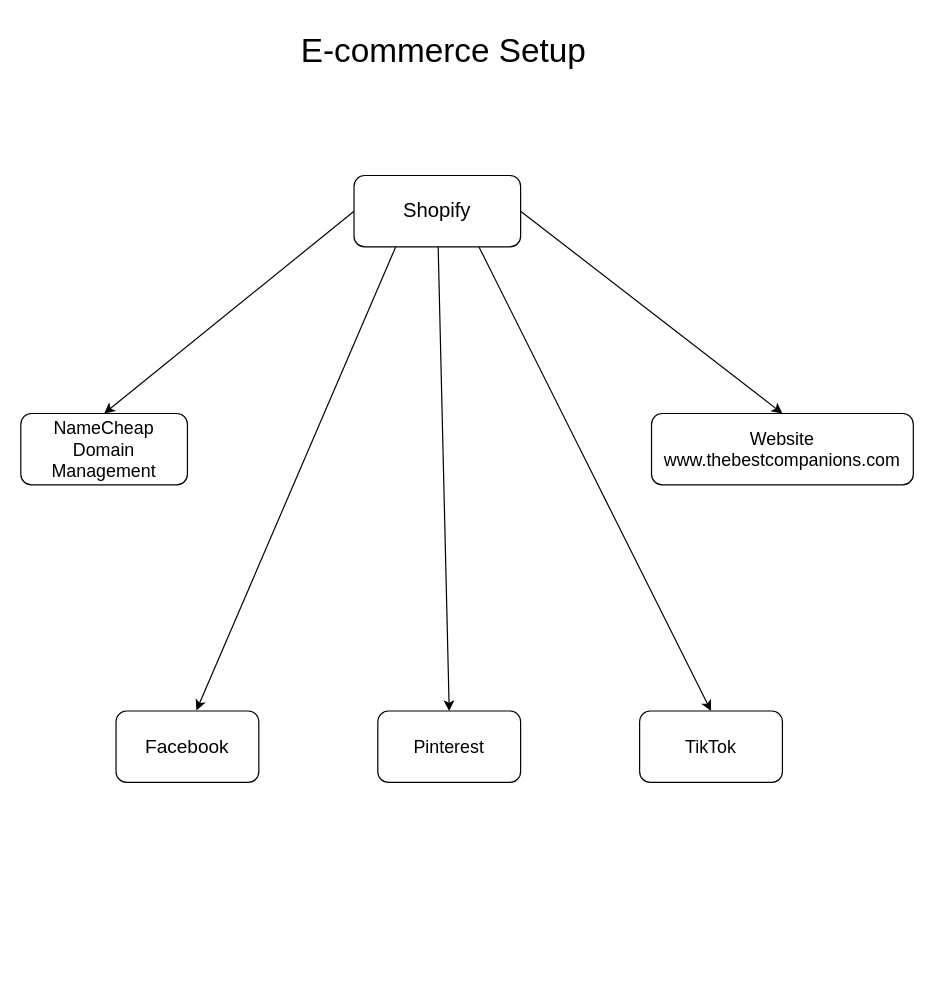
Earlier version of the draw.io diagram Ecomm Setup.drawio (Prince-K-Ado/thebestcompanions). Source tidied: cells renumbered, new cells numbered last; positions are measured from the earlier drawing's top-left corner, leaving out a move shared by most shapes. Both pictures are drawn from the tidied source at 119%, with x=0, y=0 at pixel (20, 20).
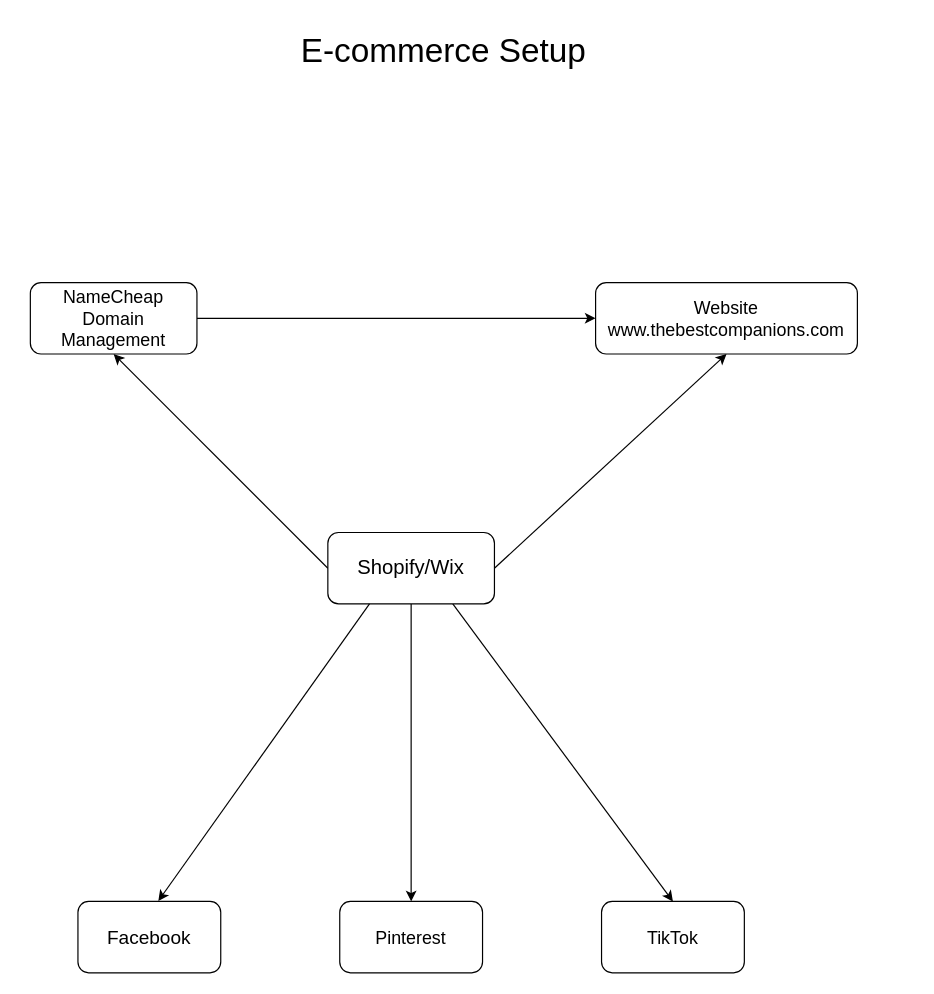
The same diagram, later.

The edit, as a diff of the source:
```diff
@@
 <mxGraphModel>
   <root>
     <mxCell id="0" />
     <mxCell id="1" parent="0" />
-    <mxCell id="2" style="group;" parent="1" vertex="1">
-      <mxGeometry y="130" width="750" height="510" as="geometry" />
-    </mxCell>
+    <mxCell id="14" value="&lt;font style=&quot;font-size: 28px;&quot;&gt;E-commerce Setup&lt;/font&gt;" style="text;html=1;align=center;verticalAlign=middle;strokeColor=none;fillColor=none;" parent="1" vertex="1">
+      <mxGeometry x="225" width="260" height="50" as="geometry" />
+    </mxCell>
+    <mxCell id="15" style="group;" parent="1" vertex="1">
+      <mxGeometry x="8" y="220" width="695" height="580" as="geometry" />
+    </mxCell>
+    <mxCell id="5" style="edgeStyle=none;rounded=0;jettySize=auto;html=1;entryX=0.5;entryY=0;entryDx=0;entryDy=0;" parent="15" edge="1" source="7" target="11">
+      <mxGeometry relative="1" as="geometry" />
+    </mxCell>
+    <mxCell id="6" style="edgeStyle=none;rounded=0;jettySize=auto;html=1;exitX=0.75;exitY=1;exitDx=0;exitDy=0;entryX=0.5;entryY=0;entryDx=0;entryDy=0;" parent="15" edge="1" source="7" target="12">
+      <mxGeometry relative="1" as="geometry" />
+    </mxCell>
-    <mxCell id="3" style="rounded=0;jettySize=auto;html=1;entryX=0.5;entryY=0;entryDx=0;entryDy=0;exitX=0;exitY=0.5;exitDx=0;exitDy=0;" parent="2" edge="1" source="7" target="8">
+    <mxCell id="3" style="edgeStyle=none;rounded=0;jettySize=auto;html=1;exitX=0;exitY=0.5;exitDx=0;exitDy=0;entryX=0.5;entryY=1;entryDx=0;entryDy=0;" parent="15" edge="1" source="7" target="8">
       <mxGeometry relative="1" as="geometry" />
     </mxCell>
-    <mxCell id="4" style="rounded=0;jettySize=auto;html=1;exitX=1;exitY=0.5;exitDx=0;exitDy=0;entryX=0.5;entryY=0;entryDx=0;entryDy=0;" parent="2" edge="1" source="7" target="9">
+    <mxCell id="4" style="edgeStyle=none;rounded=0;jettySize=auto;html=1;entryX=0.5;entryY=1;entryDx=0;entryDy=0;exitX=1;exitY=0.5;exitDx=0;exitDy=0;" parent="15" edge="1" source="7" target="9">
       <mxGeometry relative="1" as="geometry" />
     </mxCell>
-    <mxCell id="5" style="edgeStyle=none;rounded=0;jettySize=auto;html=1;entryX=0.5;entryY=0;entryDx=0;entryDy=0;" parent="2" edge="1" source="7" target="11">
-      <mxGeometry relative="1" as="geometry" />
-    </mxCell>
-    <mxCell id="6" style="edgeStyle=none;rounded=0;jettySize=auto;html=1;exitX=0.75;exitY=1;exitDx=0;exitDy=0;entryX=0.5;entryY=0;entryDx=0;entryDy=0;" parent="2" edge="1" source="7" target="12">
-      <mxGeometry relative="1" as="geometry" />
-    </mxCell>
-    <mxCell id="7" value="&lt;font style=&quot;font-size: 17px;&quot;&gt;Shopify&lt;/font&gt;" style="rounded=1;whiteSpace=wrap;html=1;" parent="2" vertex="1">
-      <mxGeometry x="280" width="140" height="60" as="geometry" />
+    <mxCell id="7" value="&lt;font style=&quot;font-size: 17px;&quot;&gt;Shopify/Wix&lt;/font&gt;" style="rounded=1;whiteSpace=wrap;html=1;" parent="15" vertex="1">
+      <mxGeometry x="250" y="210" width="140" height="60" as="geometry" />
     </mxCell>
+    <mxCell id="16" style="edgeStyle=none;rounded=0;jettySize=auto;html=1;" parent="15" edge="1" source="8" target="9">
+      <mxGeometry relative="1" as="geometry" />
+    </mxCell>
-    <mxCell id="8" value="&lt;font style=&quot;font-size: 15px;&quot;&gt;NameCheap&lt;br&gt;Domain Management&lt;/font&gt;" style="rounded=1;whiteSpace=wrap;html=1;" parent="2" vertex="1">
-      <mxGeometry y="200" width="140" height="60" as="geometry" />
+    <mxCell id="8" value="&lt;font style=&quot;font-size: 15px;&quot;&gt;NameCheap&lt;br&gt;Domain Management&lt;/font&gt;" style="rounded=1;whiteSpace=wrap;html=1;" parent="15" vertex="1">
+      <mxGeometry width="140" height="60" as="geometry" />
     </mxCell>
-    <mxCell id="9" value="&lt;font style=&quot;font-size: 15px;&quot;&gt;Website&lt;br&gt;www.thebestcompanions.com&lt;/font&gt;" style="rounded=1;whiteSpace=wrap;html=1;" parent="2" vertex="1">
-      <mxGeometry x="530" y="200" width="220" height="60" as="geometry" />
+    <mxCell id="9" value="&lt;font style=&quot;font-size: 15px;&quot;&gt;Website&lt;br&gt;www.thebestcompanions.com&lt;/font&gt;" style="rounded=1;whiteSpace=wrap;html=1;" parent="15" vertex="1">
+      <mxGeometry x="475" width="220" height="60" as="geometry" />
     </mxCell>
-    <mxCell id="10" value="&lt;font style=&quot;font-size: 16px;&quot;&gt;Facebook&lt;/font&gt;" style="rounded=1;whiteSpace=wrap;html=1;" parent="2" vertex="1">
-      <mxGeometry x="80" y="450" width="120" height="60" as="geometry" />
+    <mxCell id="10" value="&lt;font style=&quot;font-size: 16px;&quot;&gt;Facebook&lt;/font&gt;" style="rounded=1;whiteSpace=wrap;html=1;" parent="15" vertex="1">
+      <mxGeometry x="40" y="520" width="120" height="60" as="geometry" />
     </mxCell>
-    <mxCell id="11" value="&lt;font style=&quot;font-size: 15px;&quot;&gt;Pinterest&lt;/font&gt;" style="rounded=1;whiteSpace=wrap;html=1;" parent="2" vertex="1">
-      <mxGeometry x="300" y="450" width="120" height="60" as="geometry" />
+    <mxCell id="11" value="&lt;font style=&quot;font-size: 15px;&quot;&gt;Pinterest&lt;/font&gt;" style="rounded=1;whiteSpace=wrap;html=1;" parent="15" vertex="1">
+      <mxGeometry x="260" y="520" width="120" height="60" as="geometry" />
     </mxCell>
-    <mxCell id="12" value="&lt;font style=&quot;font-size: 15px;&quot;&gt;TikTok&lt;/font&gt;" style="rounded=1;whiteSpace=wrap;html=1;" parent="2" vertex="1">
-      <mxGeometry x="520" y="450" width="120" height="60" as="geometry" />
+    <mxCell id="12" value="&lt;font style=&quot;font-size: 15px;&quot;&gt;TikTok&lt;/font&gt;" style="rounded=1;whiteSpace=wrap;html=1;" parent="15" vertex="1">
+      <mxGeometry x="480" y="520" width="120" height="60" as="geometry" />
     </mxCell>
-    <mxCell id="13" style="rounded=0;jettySize=auto;html=1;exitX=0.25;exitY=1;exitDx=0;exitDy=0;entryX=0.563;entryY=-0.007;entryDx=0;entryDy=0;entryPerimeter=0;" parent="2" edge="1" source="7" target="10">
+    <mxCell id="13" style="rounded=0;jettySize=auto;html=1;exitX=0.25;exitY=1;exitDx=0;exitDy=0;entryX=0.563;entryY=-0.007;entryDx=0;entryDy=0;entryPerimeter=0;" parent="15" edge="1" source="7" target="10">
       <mxGeometry relative="1" as="geometry" />
     </mxCell>
-    <mxCell id="14" value="&lt;font style=&quot;font-size: 28px;&quot;&gt;E-commerce Setup&lt;/font&gt;" style="text;html=1;align=center;verticalAlign=middle;strokeColor=none;fillColor=none;" parent="1" vertex="1">
-      <mxGeometry x="225" width="260" height="50" as="geometry" />
-    </mxCell>
   </root>
 </mxGraphModel>
```
